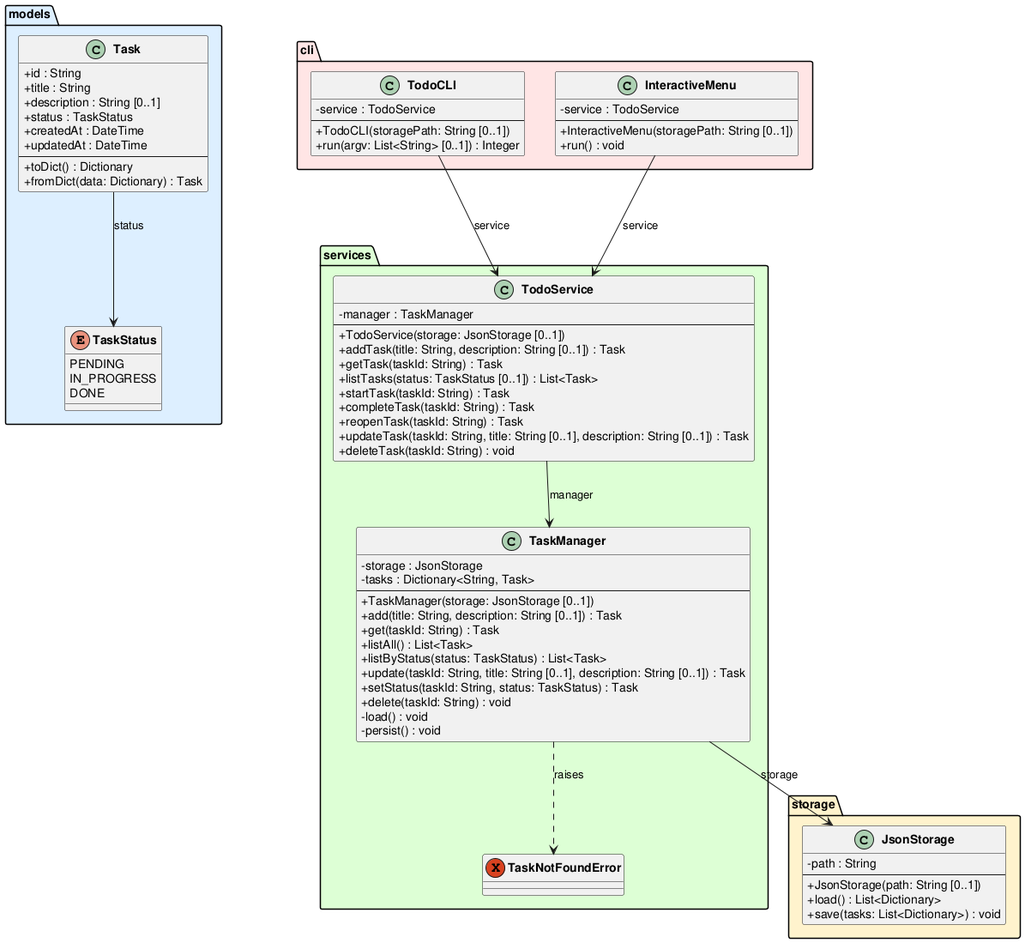
Above: experiments/broadcast/user_stories/TODO/artifacts/class_diagram.png in DanielRiha8906/Software_autoevolution_using_agents (PlantUML), before the change. Source of this version:
```plantuml
@startuml class_diagram

skinparam classAttributeIconSize 0
skinparam classFontStyle bold

package "models" #DDEEFF {
    enum TaskStatus {
        PENDING
        IN_PROGRESS
        DONE
    }

    class Task {
        +id : String
        +title : String
        +description : String [0..1]
        +status : TaskStatus
        +createdAt : DateTime
        +updatedAt : DateTime
        --
        +toDict() : Dictionary
        +fromDict(data: Dictionary) : Task
    }
}

package "storage" #FFF3CC {
    class JsonStorage {
        -path : String
        --
        +JsonStorage(path: String [0..1])
        +load() : List<Dictionary>
        +save(tasks: List<Dictionary>) : void
    }
}

package "services" #DDFFD4 {
    exception TaskNotFoundError

    class TaskManager {
        -storage : JsonStorage
        -tasks : Dictionary<String, Task>
        --
        +TaskManager(storage: JsonStorage [0..1])
        +add(title: String, description: String [0..1]) : Task
        +get(taskId: String) : Task
        +listAll() : List<Task>
        +listByStatus(status: TaskStatus) : List<Task>
        +update(taskId: String, title: String [0..1], description: String [0..1]) : Task
        +setStatus(taskId: String, status: TaskStatus) : Task
        +delete(taskId: String) : void
        -load() : void
        -persist() : void
    }

    class TodoService {
        -manager : TaskManager
        --
        +TodoService(storage: JsonStorage [0..1])
        +addTask(title: String, description: String [0..1]) : Task
        +getTask(taskId: String) : Task
        +listTasks(status: TaskStatus [0..1]) : List<Task>
        +startTask(taskId: String) : Task
        +completeTask(taskId: String) : Task
        +reopenTask(taskId: String) : Task
        +updateTask(taskId: String, title: String [0..1], description: String [0..1]) : Task
        +deleteTask(taskId: String) : void
    }
}

package "cli" #FFE5E5 {
    class TodoCLI {
        -service : TodoService
        --
        +TodoCLI(storagePath: String [0..1])
        +run(argv: List<String> [0..1]) : Integer
    }

    class InteractiveMenu {
        -service : TodoService
        --
        +InteractiveMenu(storagePath: String [0..1])
        +run() : void
    }
}

Task --> TaskStatus : status
TaskManager --> JsonStorage : storage
TaskManager ..> TaskNotFoundError : raises
TodoService --> TaskManager : manager
TodoCLI --> TodoService : service
InteractiveMenu --> TodoService : service

@enduml
```
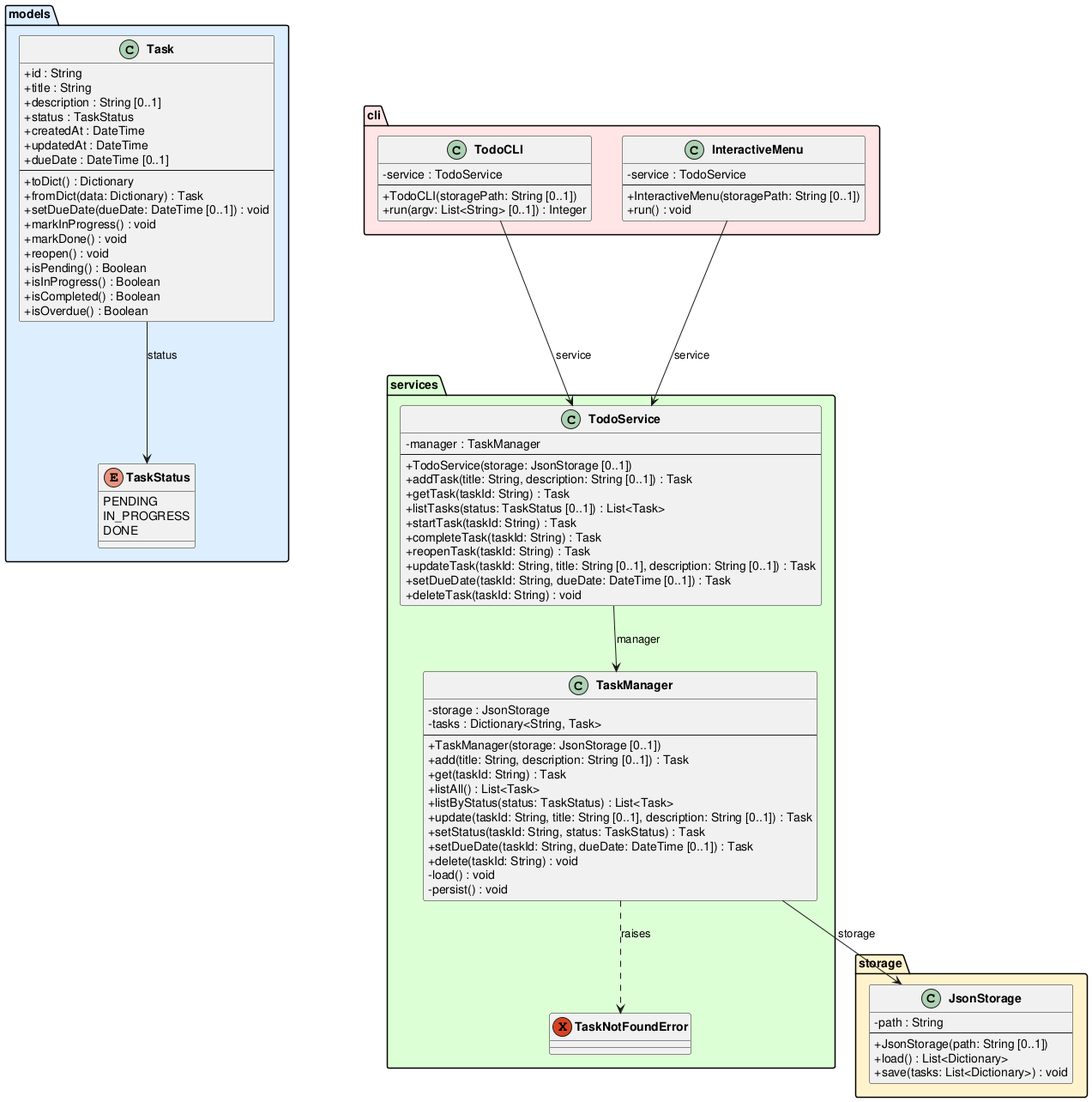
The same diagram one commit later.

Diff of the diagram source:
```diff
@@ -17,9 +17,18 @@
         +status : TaskStatus
         +createdAt : DateTime
         +updatedAt : DateTime
+        +dueDate : DateTime [0..1]
         --
         +toDict() : Dictionary
         +fromDict(data: Dictionary) : Task
+        +setDueDate(dueDate: DateTime [0..1]) : void
+        +markInProgress() : void
+        +markDone() : void
+        +reopen() : void
+        +isPending() : Boolean
+        +isInProgress() : Boolean
+        +isCompleted() : Boolean
+        +isOverdue() : Boolean
     }
 }
 
@@ -47,6 +56,7 @@
         +listByStatus(status: TaskStatus) : List<Task>
         +update(taskId: String, title: String [0..1], description: String [0..1]) : Task
         +setStatus(taskId: String, status: TaskStatus) : Task
+        +setDueDate(taskId: String, dueDate: DateTime [0..1]) : Task
         +delete(taskId: String) : void
         -load() : void
         -persist() : void
@@ -63,6 +73,7 @@
         +completeTask(taskId: String) : Task
         +reopenTask(taskId: String) : Task
         +updateTask(taskId: String, title: String [0..1], description: String [0..1]) : Task
+        +setDueDate(taskId: String, dueDate: DateTime [0..1]) : Task
         +deleteTask(taskId: String) : void
     }
 }
```
